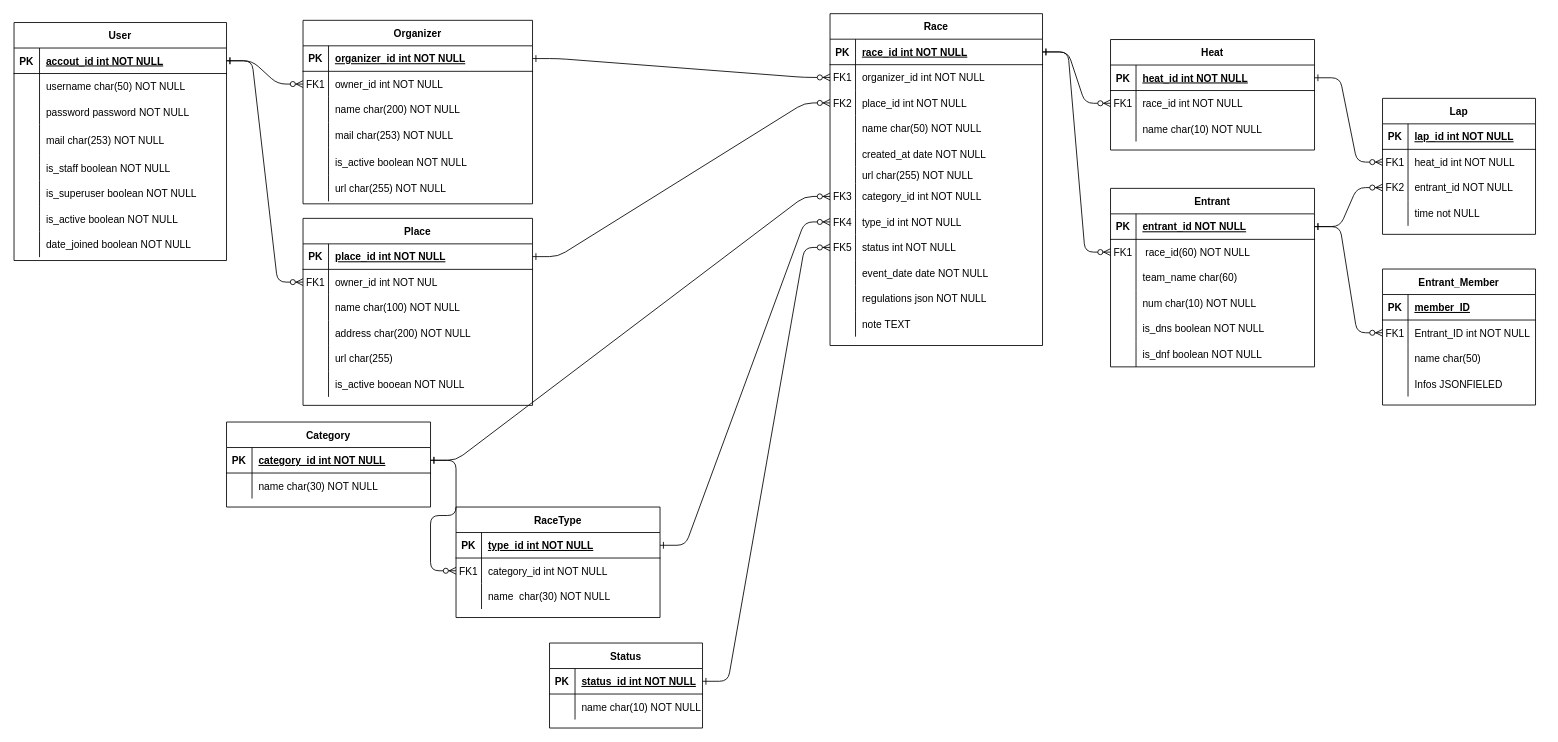
TSKGunGun/RaceNow keeps this draw.io diagram as ER-RelationMap.drawio. Above is the earlier version. Source tidied: cells renumbered, new cells numbered last; positions are measured from the earlier drawing's top-left corner, leaving out a move shared by most shapes. Both pictures are drawn from the tidied source at 85%, with x=0, y=0 at pixel (14, 14).
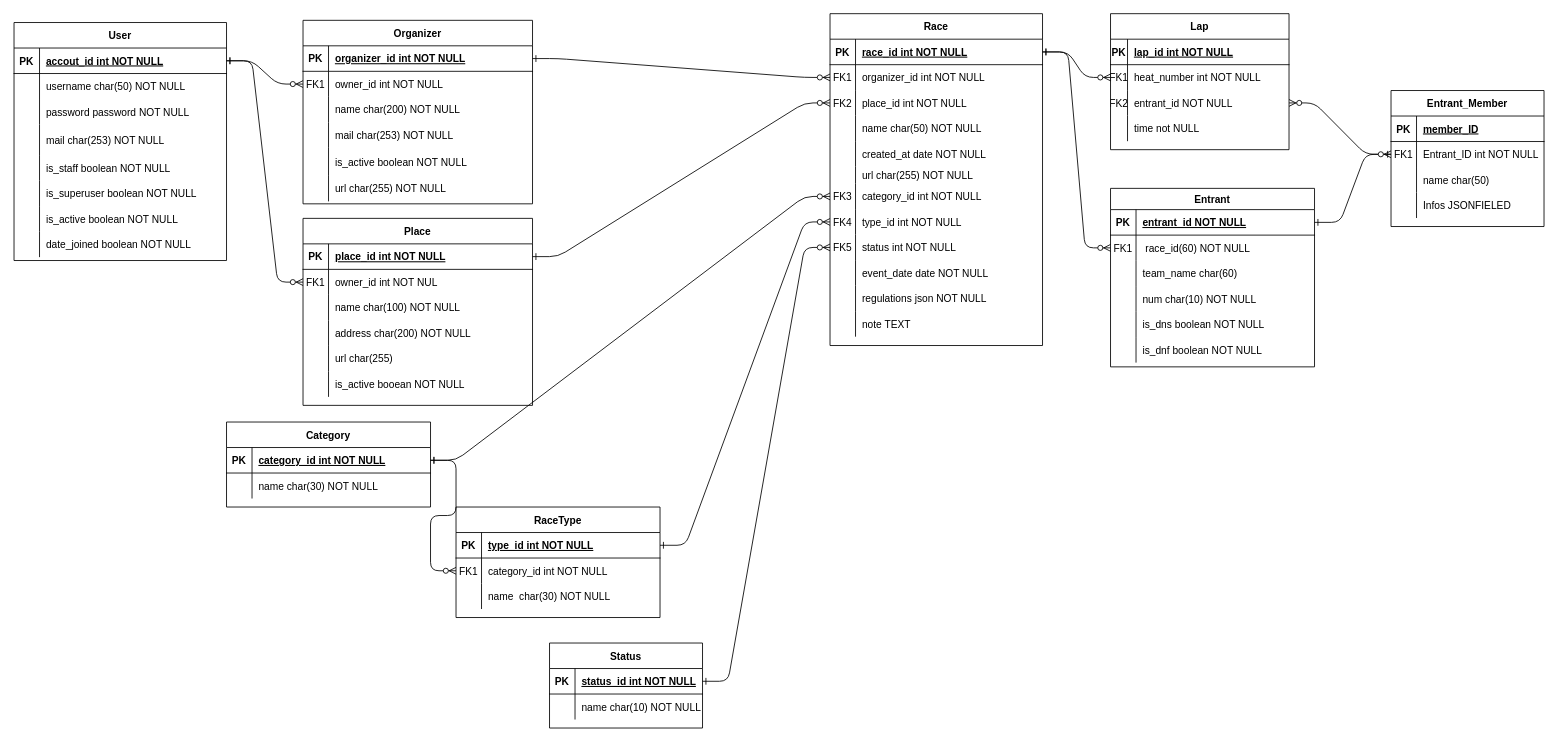
Above is the later version.

The change refers to these unchanged cells:
```xml
<mxCell id="5" style="shape=partialRectangle;fillColor=none;points=[[0,0.5],[1,0.5]];portConstraint=eastwest;top=0;left=0;right=0;bottom=1;" parent="4" vertex="1">
  <mxGeometry y="30" width="250" height="30" as="geometry" />
</mxCell>
<mxCell id="188" style="shape=partialRectangle;fillColor=none;top=0;left=0;bottom=0;right=0;points=[[0,0.5],[1,0.5]];portConstraint=eastwest;" parent="184" vertex="1">
  <mxGeometry y="60" width="180" height="30" as="geometry" />
</mxCell>
```

Diff of the diagram source:
```diff
@@
-    <mxCell id="81" value="Heat" style="shape=table;startSize=30;childLayout=tableLayout;rowLines=0;fontStyle=1;align=center;" parent="1" vertex="1">
-      <mxGeometry x="1290" y="30" width="240" height="130" as="geometry" />
-    </mxCell>
-    <mxCell id="82" style="shape=partialRectangle;fillColor=none;top=0;left=0;bottom=1;right=0;points=[[0,0.5],[1,0.5]];portConstraint=eastwest;" parent="81" vertex="1">
-      <mxGeometry y="30" width="240" height="30" as="geometry" />
-    </mxCell>
-    <mxCell id="83" value="PK" style="shape=partialRectangle;fillColor=none;top=0;left=0;bottom=0;right=0;fontStyle=1;overflow=hidden;" parent="82" vertex="1">
-      <mxGeometry width="30" height="30" as="geometry" />
-    </mxCell>
-    <mxCell id="84" value="heat_id int NOT NULL" style="shape=partialRectangle;fillColor=none;top=0;left=0;bottom=0;right=0;align=left;spacingLeft=6;fontStyle=5;overflow=hidden;" parent="82" vertex="1">
-      <mxGeometry x="30" width="210" height="30" as="geometry" />
-    </mxCell>
-    <mxCell id="85" style="shape=partialRectangle;fillColor=none;top=0;left=0;bottom=0;right=0;points=[[0,0.5],[1,0.5]];portConstraint=eastwest;" parent="81" vertex="1">
-      <mxGeometry y="60" width="240" height="30" as="geometry" />
-    </mxCell>
-    <mxCell id="86" value="FK1" style="shape=partialRectangle;fillColor=none;top=0;left=0;bottom=0;right=0;overflow=hidden;" parent="85" vertex="1">
-      <mxGeometry width="30" height="30" as="geometry" />
-    </mxCell>
-    <mxCell id="87" value="race_id int NOT NULL" style="shape=partialRectangle;fillColor=none;top=0;left=0;bottom=0;right=0;align=left;spacingLeft=6;overflow=hidden;" parent="85" vertex="1">
-      <mxGeometry x="30" width="210" height="30" as="geometry" />
-    </mxCell>
-    <mxCell id="88" style="shape=partialRectangle;fillColor=none;top=0;left=0;bottom=0;right=0;" parent="81" vertex="1">
-      <mxGeometry y="90" width="240" height="30" as="geometry" />
-    </mxCell>
-    <mxCell id="89" style="shape=partialRectangle;fillColor=none;top=0;left=0;bottom=0;right=0;overflow=hidden;" parent="88" vertex="1">
-      <mxGeometry width="30" height="30" as="geometry" />
-    </mxCell>
-    <mxCell id="90" value="name char(10) NOT NULL" style="shape=partialRectangle;fillColor=none;top=0;left=0;bottom=0;right=0;align=left;spacingLeft=6;overflow=hidden;" parent="88" vertex="1">
-      <mxGeometry x="30" width="210" height="30" as="geometry" />
-    </mxCell>
     <mxCell id="91" value="Lap" style="shape=table;startSize=30;childLayout=tableLayout;rowLines=0;fontStyle=1;align=center;" parent="1" vertex="1">
-      <mxGeometry x="1610" y="99.2" width="180" height="160" as="geometry" />
+      <mxGeometry x="1290" y="-0.4" width="210" height="160" as="geometry" />
     </mxCell>
     <mxCell id="92" style="shape=partialRectangle;fillColor=none;top=0;left=0;bottom=1;right=0;" parent="91" vertex="1">
-      <mxGeometry y="30" width="180" height="30" as="geometry" />
+      <mxGeometry y="30" width="210" height="30" as="geometry" />
     </mxCell>
     <mxCell id="93" value="PK" style="shape=partialRectangle;fillColor=none;top=0;left=0;bottom=0;right=0;fontStyle=1;overflow=hidden;" parent="92" vertex="1">
-      <mxGeometry width="30" height="30" as="geometry" />
+      <mxGeometry width="20" height="30" as="geometry" />
     </mxCell>
     <mxCell id="94" value="lap_id int NOT NULL" style="shape=partialRectangle;fillColor=none;top=0;left=0;bottom=0;right=0;align=left;spacingLeft=6;fontStyle=5;overflow=hidden;" parent="92" vertex="1">
-      <mxGeometry x="30" width="150" height="30" as="geometry" />
+      <mxGeometry x="20" width="190" height="30" as="geometry" />
     </mxCell>
     <mxCell id="95" style="shape=partialRectangle;fillColor=none;top=0;left=0;bottom=0;right=0;points=[[0,0.5],[1,0.5]];portConstraint=eastwest;" parent="91" vertex="1">
-      <mxGeometry y="60" width="180" height="30" as="geometry" />
+      <mxGeometry y="60" width="210" height="30" as="geometry" />
     </mxCell>
     <mxCell id="96" value="FK1" style="shape=partialRectangle;fillColor=none;top=0;left=0;bottom=0;right=0;overflow=hidden;" parent="95" vertex="1">
-      <mxGeometry width="30" height="30" as="geometry" />
+      <mxGeometry width="20" height="30" as="geometry" />
     </mxCell>
-    <mxCell id="97" value="heat_id int NOT NULL" style="shape=partialRectangle;fillColor=none;top=0;left=0;bottom=0;right=0;align=left;spacingLeft=6;overflow=hidden;" parent="95" vertex="1">
-      <mxGeometry x="30" width="150" height="30" as="geometry" />
+    <mxCell id="97" value="heat_number int NOT NULL" style="shape=partialRectangle;fillColor=none;top=0;left=0;bottom=0;right=0;align=left;spacingLeft=6;overflow=hidden;" parent="95" vertex="1">
+      <mxGeometry x="20" width="190" height="30" as="geometry" />
     </mxCell>
     <mxCell id="98" style="shape=partialRectangle;fillColor=none;top=0;left=0;bottom=0;right=0;points=[[0,0.5],[1,0.5]];portConstraint=eastwest;" parent="91" vertex="1">
-      <mxGeometry y="90" width="180" height="30" as="geometry" />
+      <mxGeometry y="90" width="210" height="30" as="geometry" />
     </mxCell>
     <mxCell id="99" value="FK2" style="shape=partialRectangle;fillColor=none;top=0;left=0;bottom=0;right=0;overflow=hidden;" parent="98" vertex="1">
-      <mxGeometry width="30" height="30" as="geometry" />
+      <mxGeometry width="20" height="30" as="geometry" />
     </mxCell>
     <mxCell id="100" value="entrant_id NOT NULL" style="shape=partialRectangle;fillColor=none;top=0;left=0;bottom=0;right=0;align=left;spacingLeft=6;overflow=hidden;" parent="98" vertex="1">
-      <mxGeometry x="30" width="150" height="30" as="geometry" />
+      <mxGeometry x="20" width="190" height="30" as="geometry" />
     </mxCell>
     <mxCell id="101" style="shape=partialRectangle;fillColor=none;top=0;left=0;bottom=0;right=0;" parent="91" vertex="1">
-      <mxGeometry y="120" width="180" height="30" as="geometry" />
+      <mxGeometry y="120" width="210" height="30" as="geometry" />
     </mxCell>
     <mxCell id="102" style="shape=partialRectangle;fillColor=none;top=0;left=0;bottom=0;right=0;overflow=hidden;" parent="101" vertex="1">
-      <mxGeometry width="30" height="30" as="geometry" />
+      <mxGeometry width="20" height="30" as="geometry" />
     </mxCell>
     <mxCell id="103" value="time not NULL" style="shape=partialRectangle;fillColor=none;top=0;left=0;bottom=0;right=0;align=left;spacingLeft=6;overflow=hidden;" parent="101" vertex="1">
-      <mxGeometry x="30" width="150" height="30" as="geometry" />
+      <mxGeometry x="20" width="190" height="30" as="geometry" />
     </mxCell>
@@
-    <mxCell id="133" style="edgeStyle=entityRelationEdgeStyle;endArrow=ERzeroToMany;startArrow=ERone;endFill=1;startFill=0;entryX=0;entryY=0.5;entryDx=0;entryDy=0;exitX=1;exitY=0.5;exitDx=0;exitDy=0;" parent="1" edge="1" source="5" target="85">
+    <mxCell id="133" style="edgeStyle=entityRelationEdgeStyle;endArrow=ERzeroToMany;startArrow=ERone;endFill=1;startFill=0;entryX=0;entryY=0.5;entryDx=0;entryDy=0;exitX=1;exitY=0.5;exitDx=0;exitDy=0;" parent="1" edge="1" source="5" target="95">
       <mxGeometry relative="1" as="geometry" />
     </mxCell>
-    <mxCell id="134" value="Entrant" style="shape=table;startSize=30;childLayout=tableLayout;rowLines=0;fontStyle=1;align=center;" parent="1" vertex="1">
+    <mxCell id="134" value="Entrant" style="shape=table;startSize=25;childLayout=tableLayout;rowLines=0;fontStyle=1;align=center;" parent="1" vertex="1">
       <mxGeometry x="1290" y="205.1" width="240" height="210" as="geometry" />
     </mxCell>
     <mxCell id="135" style="shape=partialRectangle;fillColor=none;top=0;left=0;bottom=1;right=0;points=[[0,0.5],[1,0.5]];portConstraint=eastwest;" parent="134" vertex="1">
-      <mxGeometry y="30" width="240" height="30" as="geometry" />
+      <mxGeometry y="25" width="240" height="30" as="geometry" />
     </mxCell>
@@
     <mxCell id="138" style="shape=partialRectangle;fillColor=none;top=0;left=0;bottom=0;right=0;points=[[0,0.5],[1,0.5]];portConstraint=eastwest;" parent="134" vertex="1">
-      <mxGeometry y="60" width="240" height="30" as="geometry" />
+      <mxGeometry y="55" width="240" height="30" as="geometry" />
     </mxCell>
@@
     <mxCell id="141" style="shape=partialRectangle;fillColor=none;top=0;left=0;bottom=0;right=0;" parent="134" vertex="1">
-      <mxGeometry y="90" width="240" height="30" as="geometry" />
+      <mxGeometry y="85" width="240" height="30" as="geometry" />
     </mxCell>
@@
     <mxCell id="144" style="shape=partialRectangle;fillColor=none;top=0;left=0;bottom=0;right=0;" parent="134" vertex="1">
-      <mxGeometry y="120" width="240" height="30" as="geometry" />
+      <mxGeometry y="115" width="240" height="30" as="geometry" />
     </mxCell>
@@
     <mxCell id="147" style="shape=partialRectangle;fillColor=none;top=0;left=0;bottom=0;right=0;" parent="134" vertex="1">
-      <mxGeometry y="150" width="240" height="30" as="geometry" />
+      <mxGeometry y="145" width="240" height="30" as="geometry" />
     </mxCell>
@@
     <mxCell id="150" style="shape=partialRectangle;fillColor=none;top=0;left=0;bottom=0;right=0;" parent="134" vertex="1">
-      <mxGeometry y="180" width="240" height="30" as="geometry" />
+      <mxGeometry y="175" width="240" height="30" as="geometry" />
     </mxCell>
@@
-    <mxCell id="153" style="edgeStyle=entityRelationEdgeStyle;endArrow=ERzeroToMany;startArrow=ERone;endFill=1;startFill=0;entryX=0;entryY=0.5;entryDx=0;entryDy=0;exitX=1;exitY=0.5;exitDx=0;exitDy=0;" parent="1" edge="1" source="82" target="95">
-      <mxGeometry relative="1" as="geometry" />
-    </mxCell>
-    <mxCell id="154" style="edgeStyle=entityRelationEdgeStyle;endArrow=ERzeroToMany;startArrow=ERone;endFill=1;startFill=0;entryX=0;entryY=0.5;entryDx=0;entryDy=0;exitX=1;exitY=0.5;exitDx=0;exitDy=0;" parent="1" edge="1" source="135" target="98">
+    <mxCell id="154" style="edgeStyle=entityRelationEdgeStyle;endArrow=ERzeroToMany;startArrow=ERone;endFill=1;startFill=0;entryX=1;entryY=0.5;entryDx=0;entryDy=0;exitX=0;exitY=0.5;exitDx=0;exitDy=0;" parent="1" edge="1" source="188" target="98">
       <mxGeometry relative="1" as="geometry" />
     </mxCell>
@@
     <mxCell id="184" value="Entrant_Member" style="shape=table;startSize=30;childLayout=tableLayout;rowLines=0;fontStyle=1;align=center;" parent="1" vertex="1">
-      <mxGeometry x="1610" y="300" width="180" height="160" as="geometry" />
+      <mxGeometry x="1620" y="90" width="180" height="160" as="geometry" />
     </mxCell>
```
